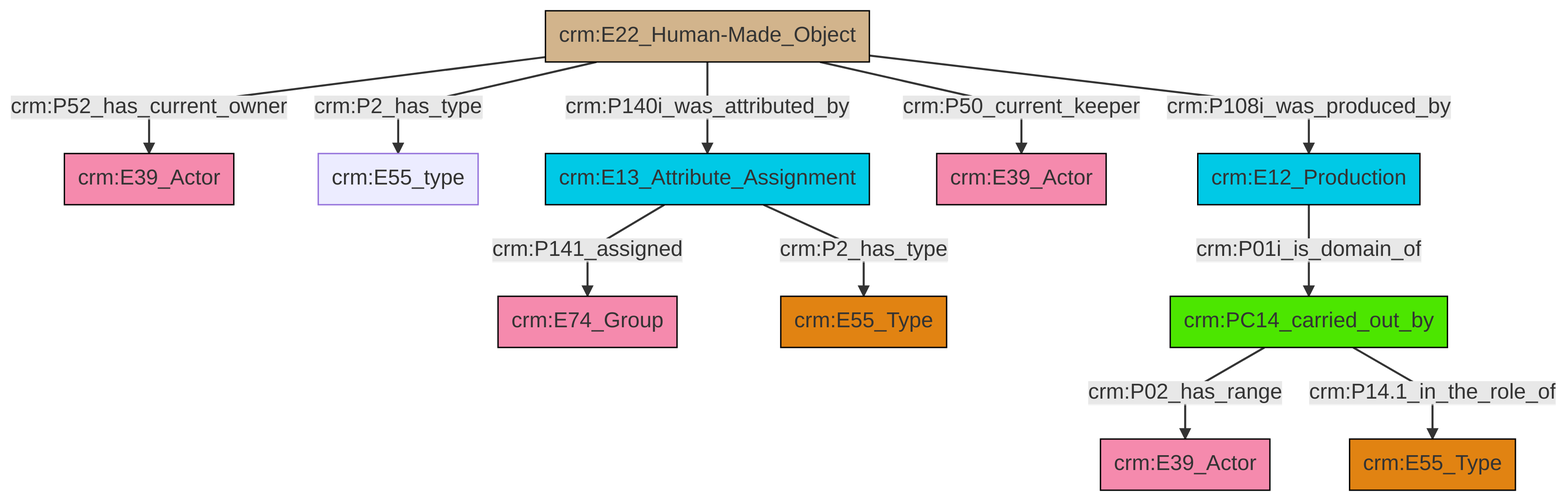
swiss-art-research-net/reference-data-models keeps this Mermaid diagram as et/artworkCSV/ttl/mmd/png/Artwork_Actor_Relations.png. Above is the earlier version. Its source is kept beside it as et/artworkCSV/ttl/mmd/Artwork_Actor_Relations.ttl.mmd.
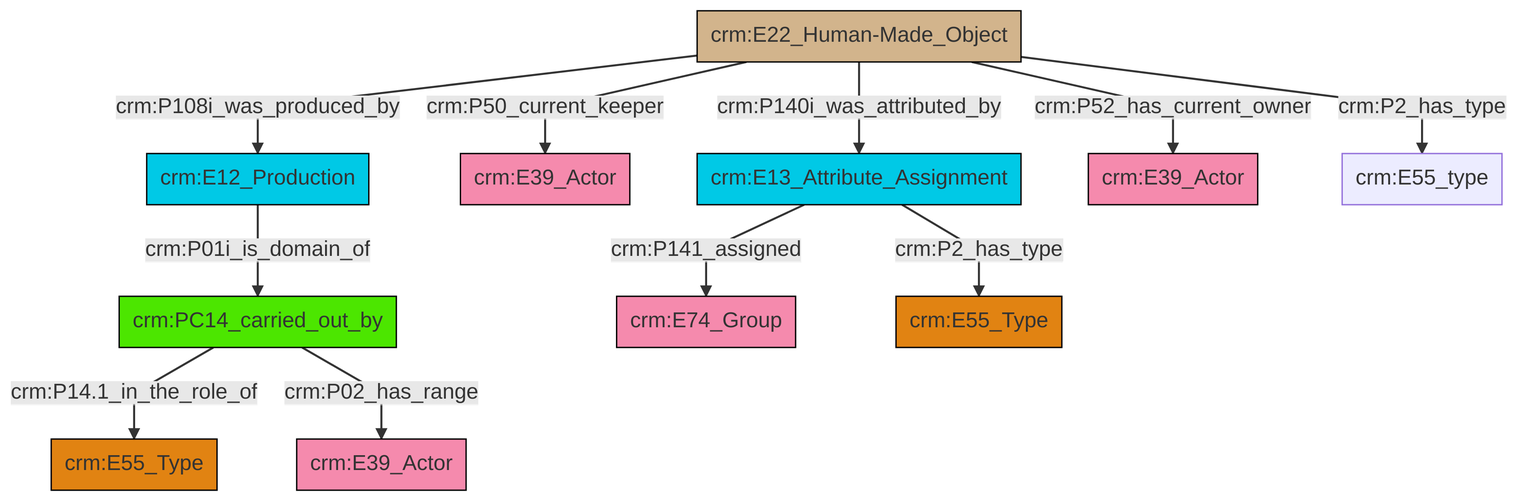
Above is the later version.

Change to the diagram source:
```diff
@@ -13,13 +13,13 @@
 classDef PC_Classes fill:#4ce600, stroke:#000000;
 classDef Multi fill:#cccccc,stroke:#000000;
 
-0["crm:E13_Attribute_Assignment"]:::Temporal_Entity -->|crm:P141_assigned| 1["crm:E74_Group"]:::Actor
-4["crm:E22_Human-Made_Object"]:::Physical_Thing -->|crm:P52_has_current_owner| 2["crm:E39_Actor"]:::Actor
-4["crm:E22_Human-Made_Object"]:::Physical_Thing -->|crm:P2_has_type| 5["crm:E55_type"]:::Default
-6["crm:PC14_carried_out_by"]:::PC_Classes -->|crm:P02_has_range| 7["crm:E39_Actor"]:::Actor
-10["crm:E12_Production"]:::Temporal_Entity -->|crm:P01i_is_domain_of| 6["crm:PC14_carried_out_by"]:::PC_Classes
-4["crm:E22_Human-Made_Object"]:::Physical_Thing -->|crm:P140i_was_attributed_by| 0["crm:E13_Attribute_Assignment"]:::Temporal_Entity
-0["crm:E13_Attribute_Assignment"]:::Temporal_Entity -->|crm:P2_has_type| 14["crm:E55_Type"]:::Type
-4["crm:E22_Human-Made_Object"]:::Physical_Thing -->|crm:P50_current_keeper| 8["crm:E39_Actor"]:::Actor
-6["crm:PC14_carried_out_by"]:::PC_Classes -->|crm:P14.1_in_the_role_of| 17["crm:E55_Type"]:::Type
-4["crm:E22_Human-Made_Object"]:::Physical_Thing -->|crm:P108i_was_produced_by| 10["crm:E12_Production"]:::Temporal_Entity
+4["crm:E22_Human-Made_Object"]:::Physical_Thing -->|crm:P108i_was_produced_by| 2["crm:E12_Production"]:::Temporal_Entity
+4["crm:E22_Human-Made_Object"]:::Physical_Thing -->|crm:P50_current_keeper| 0["crm:E39_Actor"]:::Actor
+4["crm:E22_Human-Made_Object"]:::Physical_Thing -->|crm:P140i_was_attributed_by| 11["crm:E13_Attribute_Assignment"]:::Temporal_Entity
+11["crm:E13_Attribute_Assignment"]:::Temporal_Entity -->|crm:P141_assigned| 14["crm:E74_Group"]:::Actor
+2["crm:E12_Production"]:::Temporal_Entity -->|crm:P01i_is_domain_of| 12["crm:PC14_carried_out_by"]:::PC_Classes
+12["crm:PC14_carried_out_by"]:::PC_Classes -->|crm:P14.1_in_the_role_of| 17["crm:E55_Type"]:::Type
+4["crm:E22_Human-Made_Object"]:::Physical_Thing -->|crm:P52_has_current_owner| 9["crm:E39_Actor"]:::Actor
+12["crm:PC14_carried_out_by"]:::PC_Classes -->|crm:P02_has_range| 5["crm:E39_Actor"]:::Actor
+11["crm:E13_Attribute_Assignment"]:::Temporal_Entity -->|crm:P2_has_type| 7["crm:E55_Type"]:::Type
+4["crm:E22_Human-Made_Object"]:::Physical_Thing -->|crm:P2_has_type| 20["crm:E55_type"]:::Default
```
